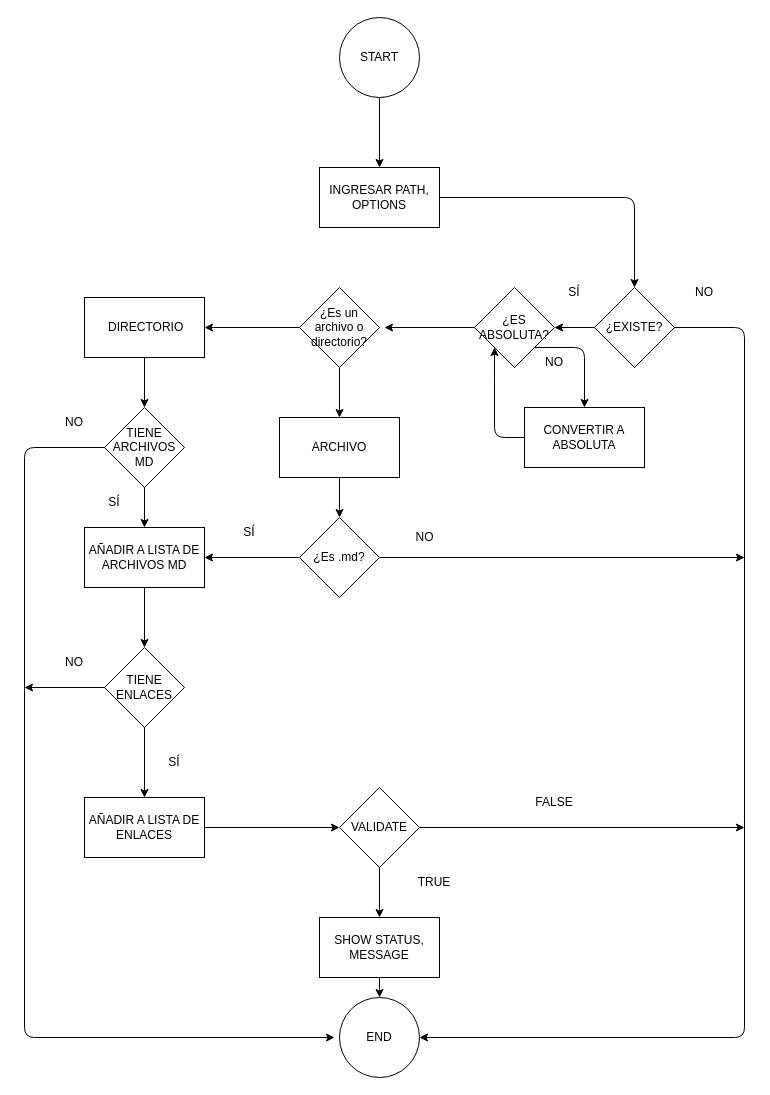
The draw.io diagram diagrama.drawio in Ariel-Navarro/DEV002-md-links, before the edit. Source tidied: cells renumbered, new cells numbered last; positions are measured from the earlier drawing's top-left corner, leaving out a move shared by most shapes. Both pictures are drawn from the tidied source at 100%, with x=0, y=0 at pixel (24, 17).
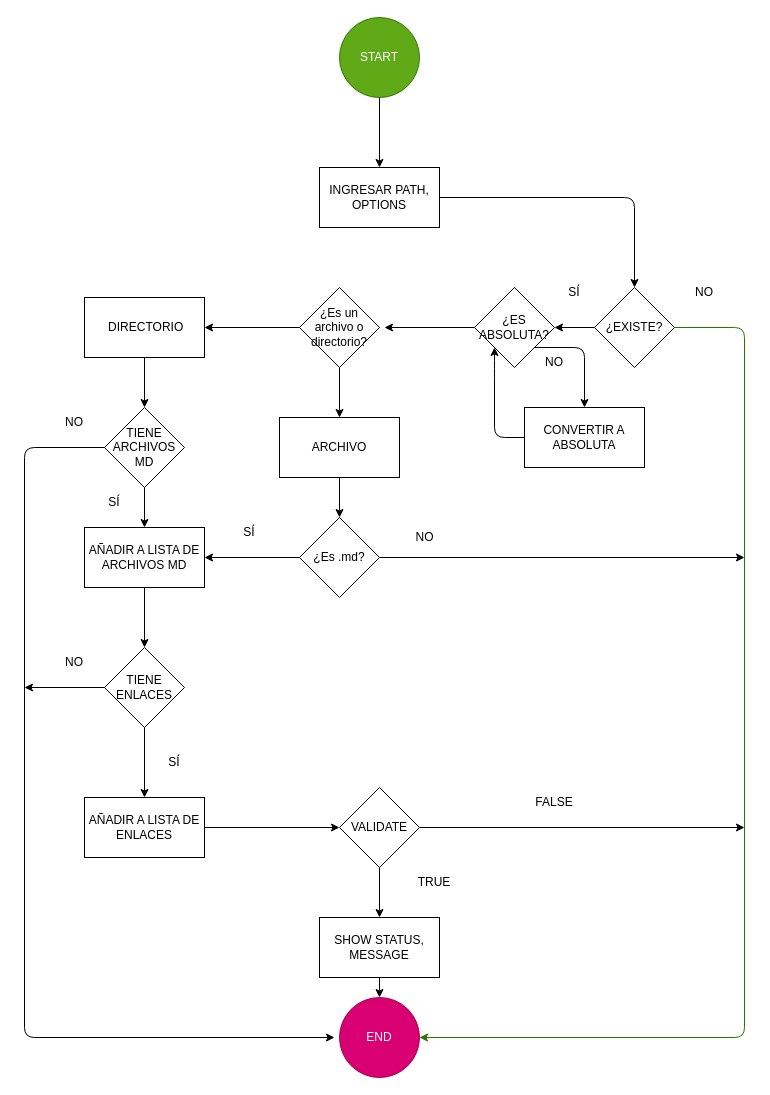
The same page after the edit.

Unchanged cells that the change refers to:
```xml
<mxCell id="10" value="¿EXISTE?" style="rhombus;whiteSpace=wrap;html=1;" parent="1" vertex="1">
  <mxGeometry x="570" y="270" width="80" height="80" as="geometry" />
</mxCell>
```

Change to the diagram source:
```diff
@@
-    <mxCell id="2" value="END" style="ellipse;whiteSpace=wrap;html=1;" parent="1" vertex="1">
+    <mxCell id="2" value="END" style="ellipse;whiteSpace=wrap;html=1;fillColor=#d80073;fontColor=#ffffff;strokeColor=#A50040;" parent="1" vertex="1">
       <mxGeometry x="315" y="980" width="80" height="80" as="geometry" />
     </mxCell>
@@
-    <mxCell id="4" value="START" style="ellipse;whiteSpace=wrap;html=1;" parent="1" vertex="1">
+    <mxCell id="4" value="START" style="ellipse;whiteSpace=wrap;html=1;fillColor=#60a917;fontColor=#ffffff;strokeColor=#2D7600;" parent="1" vertex="1">
       <mxGeometry x="315" width="80" height="80" as="geometry" />
     </mxCell>
@@
-    <mxCell id="11" style="endArrow=classic;html=1;exitX=1;exitY=0.5;exitDx=0;exitDy=0;entryX=1;entryY=0.5;entryDx=0;entryDy=0;" parent="1" edge="1" source="10" target="2">
+    <mxCell id="11" style="endArrow=classic;html=1;exitX=1;exitY=0.5;exitDx=0;exitDy=0;entryX=1;entryY=0.5;entryDx=0;entryDy=0;fillColor=#60a917;strokeColor=#2D7600;" parent="1" edge="1" source="10" target="2">
       <mxGeometry relative="1" as="geometry">
         <Array as="points">
           <mxPoint x="720" y="310" />
           <mxPoint x="720" y="1020" />
         </Array>
       </mxGeometry>
     </mxCell>
```
